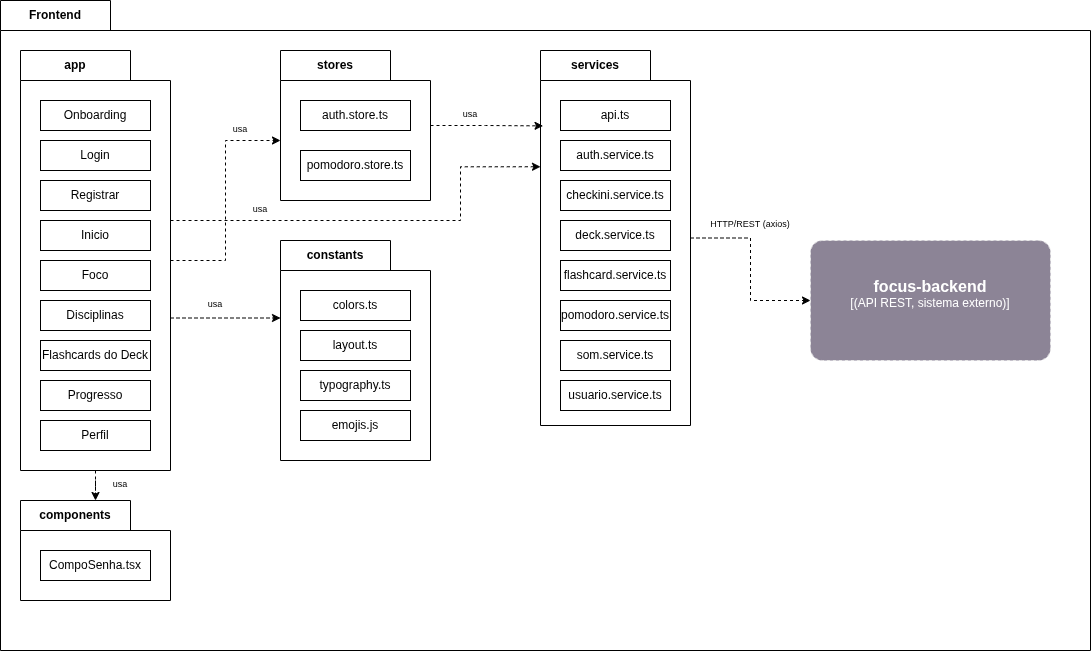
H0lzz/TCC1.2 keeps this draw.io diagram as latex/Imagens/DiagramaPacotesFrontend.png. Above is the earlier version. Source tidied: cells renumbered, new cells last; positions are measured from the earlier drawing's top-left corner, leaving out a move shared by most shapes.
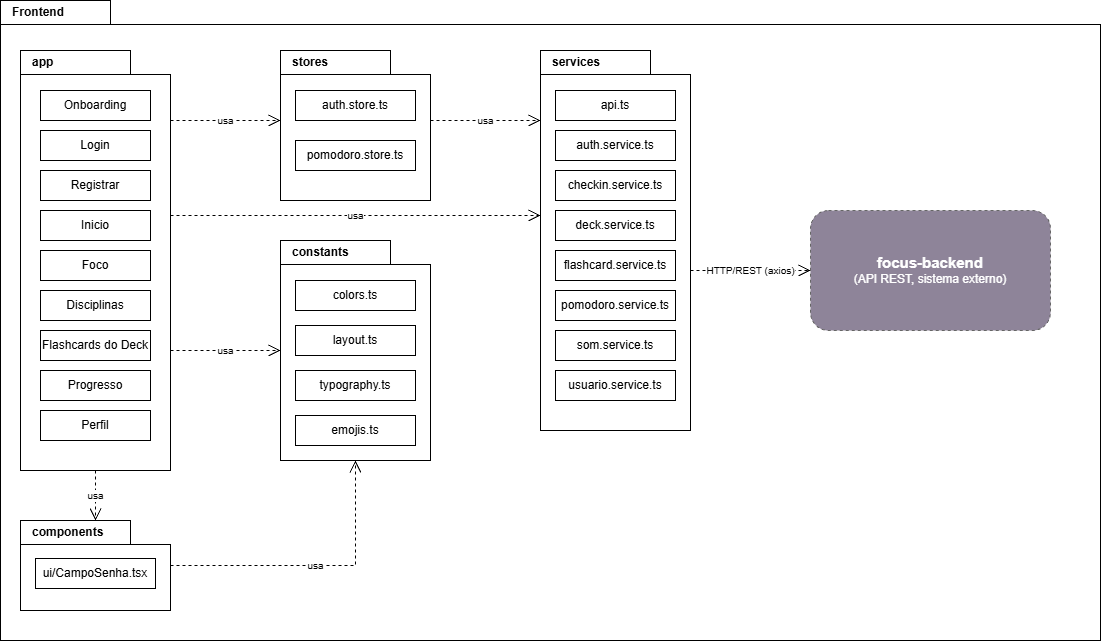
After the change.

Commit message:
corrige os diagramas de pacotes

The edit, as a diff of the source:
```diff
@@ -1,157 +1,124 @@
 <mxGraphModel>
   <root>
-    <mxCell id="0" />
-    <mxCell id="1" parent="0" />
+    <mxCell id="45" />
+    <mxCell id="46" parent="45" />
-    <mxCell id="2" value="Frontend" style="shape=folder;fontStyle=1;tabWidth=110;tabHeight=30;tabPosition=left;html=1;boundedLbl=1;labelInHeader=1;whiteSpace=wrap;" parent="1" vertex="1">
-      <mxGeometry width="1090" height="650" as="geometry" />
+    <mxCell id="2" value="Frontend" style="shape=folder;fontStyle=1;tabWidth=110;tabHeight=24;tabPosition=left;html=1;whiteSpace=wrap;verticalAlign=top;align=left;spacingLeft=10;spacingTop=-2;fillColor=none;" parent="46" vertex="1">
+      <mxGeometry width="1100" height="640" as="geometry" />
     </mxCell>
-    <mxCell id="3" style="edgeStyle=orthogonalEdgeStyle;rounded=0;jettySize=auto;html=1;defaultLabelBackgroundColor=page;dashed=1;" parent="2" edge="1" source="4" target="14">
-      <mxGeometry relative="1" as="geometry" />
-    </mxCell>
-    <mxCell id="4" value="app" style="shape=folder;fontStyle=1;tabWidth=110;tabHeight=30;tabPosition=left;html=1;boundedLbl=1;labelInHeader=1;whiteSpace=wrap;" parent="2" vertex="1">
+    <mxCell id="4" value="app" style="shape=folder;fontStyle=1;tabWidth=110;tabHeight=24;tabPosition=left;html=1;whiteSpace=wrap;verticalAlign=top;align=left;spacingLeft=10;spacingTop=-2;fillColor=#FFFFFF;" parent="46" vertex="1">
       <mxGeometry x="20" y="50" width="150" height="420" as="geometry" />
     </mxCell>
-    <mxCell id="5" value="Onboarding" style="html=1;whiteSpace=wrap;" parent="4" vertex="1">
-      <mxGeometry width="110" height="30" relative="1" as="geometry">
-        <mxPoint x="20" y="50" as="offset" />
-      </mxGeometry>
+    <mxCell id="5" value="Onboarding" style="rounded=0;whiteSpace=wrap;html=1;fillColor=#FFFFFF;fontSize=12;" parent="4" vertex="1">
+      <mxGeometry x="20" y="40" width="110" height="30" as="geometry" />
     </mxCell>
-    <mxCell id="6" value="Login" style="html=1;whiteSpace=wrap;" parent="4" vertex="1">
-      <mxGeometry x="20" y="90" width="110" height="30" as="geometry" />
+    <mxCell id="6" value="Login" style="rounded=0;whiteSpace=wrap;html=1;fillColor=#FFFFFF;fontSize=12;" parent="4" vertex="1">
+      <mxGeometry x="20" y="80" width="110" height="30" as="geometry" />
     </mxCell>
-    <mxCell id="7" value="Registrar" style="html=1;whiteSpace=wrap;" parent="4" vertex="1">
-      <mxGeometry x="20" y="130" width="110" height="30" as="geometry" />
+    <mxCell id="7" value="Registrar" style="rounded=0;whiteSpace=wrap;html=1;fillColor=#FFFFFF;fontSize=12;" parent="4" vertex="1">
+      <mxGeometry x="20" y="120" width="110" height="30" as="geometry" />
     </mxCell>
-    <mxCell id="8" value="Inicio" style="html=1;whiteSpace=wrap;" parent="4" vertex="1">
-      <mxGeometry x="20" y="170" width="110" height="30" as="geometry" />
+    <mxCell id="8" value="Inicio" style="rounded=0;whiteSpace=wrap;html=1;fillColor=#FFFFFF;fontSize=12;" parent="4" vertex="1">
+      <mxGeometry x="20" y="160" width="110" height="30" as="geometry" />
     </mxCell>
-    <mxCell id="9" value="Foco" style="html=1;whiteSpace=wrap;" parent="4" vertex="1">
-      <mxGeometry x="20" y="210" width="110" height="30" as="geometry" />
+    <mxCell id="9" value="Foco" style="rounded=0;whiteSpace=wrap;html=1;fillColor=#FFFFFF;fontSize=12;" parent="4" vertex="1">
+      <mxGeometry x="20" y="200" width="110" height="30" as="geometry" />
     </mxCell>
-    <mxCell id="10" value="Disciplinas" style="html=1;whiteSpace=wrap;" parent="4" vertex="1">
-      <mxGeometry x="20" y="250" width="110" height="30" as="geometry" />
+    <mxCell id="10" value="Disciplinas" style="rounded=0;whiteSpace=wrap;html=1;fillColor=#FFFFFF;fontSize=12;" parent="4" vertex="1">
+      <mxGeometry x="20" y="240" width="110" height="30" as="geometry" />
     </mxCell>
-    <mxCell id="11" value="Flashcards do Deck" style="html=1;whiteSpace=wrap;" parent="4" vertex="1">
-      <mxGeometry x="20" y="290" width="110" height="30" as="geometry" />
+    <mxCell id="11" value="Flashcards do Deck" style="rounded=0;whiteSpace=wrap;html=1;fillColor=#FFFFFF;fontSize=12;" parent="4" vertex="1">
+      <mxGeometry x="20" y="280" width="110" height="30" as="geometry" />
     </mxCell>
-    <mxCell id="12" value="Progresso" style="html=1;whiteSpace=wrap;" parent="4" vertex="1">
-      <mxGeometry x="20" y="330" width="110" height="30" as="geometry" />
+    <mxCell id="12" value="Progresso" style="rounded=0;whiteSpace=wrap;html=1;fillColor=#FFFFFF;fontSize=12;" parent="4" vertex="1">
+      <mxGeometry x="20" y="320" width="110" height="30" as="geometry" />
     </mxCell>
-    <mxCell id="13" value="Perfil" style="html=1;whiteSpace=wrap;" parent="4" vertex="1">
-      <mxGeometry x="20" y="370" width="110" height="30" as="geometry" />
+    <mxCell id="13" value="Perfil" style="rounded=0;whiteSpace=wrap;html=1;fillColor=#FFFFFF;fontSize=12;" parent="4" vertex="1">
+      <mxGeometry x="20" y="360" width="110" height="30" as="geometry" />
     </mxCell>
-    <mxCell id="14" value="components" style="shape=folder;fontStyle=1;tabWidth=110;tabHeight=30;tabPosition=left;html=1;boundedLbl=1;labelInHeader=1;whiteSpace=wrap;" parent="2" vertex="1">
-      <mxGeometry x="20" y="500" width="150" height="100" as="geometry" />
+    <mxCell id="14" value="components" style="shape=folder;fontStyle=1;tabWidth=110;tabHeight=24;tabPosition=left;html=1;whiteSpace=wrap;verticalAlign=top;align=left;spacingLeft=10;spacingTop=-2;fillColor=#FFFFFF;" parent="46" vertex="1">
+      <mxGeometry x="20" y="520" width="150" height="90" as="geometry" />
     </mxCell>
-    <mxCell id="15" value="CompoSenha.tsx" style="html=1;whiteSpace=wrap;" parent="14" vertex="1">
-      <mxGeometry width="110" height="30" relative="1" as="geometry">
-        <mxPoint x="20" y="50" as="offset" />
-      </mxGeometry>
-    </mxCell>
+    <mxCell id="47" value="ui/CampoSenha.tsx" style="rounded=0;whiteSpace=wrap;html=1;fillColor=#FFFFFF;fontSize=12;" parent="14" vertex="1">
+      <mxGeometry x="15" y="38" width="120" height="30" as="geometry" />
+    </mxCell>
-    <mxCell id="16" value="stores" style="shape=folder;fontStyle=1;tabWidth=110;tabHeight=30;tabPosition=left;html=1;boundedLbl=1;labelInHeader=1;whiteSpace=wrap;" parent="2" vertex="1">
+    <mxCell id="16" value="stores" style="shape=folder;fontStyle=1;tabWidth=110;tabHeight=24;tabPosition=left;html=1;whiteSpace=wrap;verticalAlign=top;align=left;spacingLeft=10;spacingTop=-2;fillColor=#FFFFFF;" parent="46" vertex="1">
       <mxGeometry x="280" y="50" width="150" height="150" as="geometry" />
     </mxCell>
-    <mxCell id="17" value="auth.store.ts" style="html=1;whiteSpace=wrap;" parent="16" vertex="1">
-      <mxGeometry width="110" height="30" relative="1" as="geometry">
-        <mxPoint x="20" y="50" as="offset" />
-      </mxGeometry>
+    <mxCell id="17" value="auth.store.ts" style="rounded=0;whiteSpace=wrap;html=1;fillColor=#FFFFFF;fontSize=12;" parent="16" vertex="1">
+      <mxGeometry x="15" y="40" width="120" height="30" as="geometry" />
     </mxCell>
-    <mxCell id="18" value="pomodoro.store.ts" style="html=1;whiteSpace=wrap;" parent="16" vertex="1">
-      <mxGeometry x="20" y="100" width="110" height="30" as="geometry" />
+    <mxCell id="18" value="pomodoro.store.ts" style="rounded=0;whiteSpace=wrap;html=1;fillColor=#FFFFFF;fontSize=12;" parent="16" vertex="1">
+      <mxGeometry x="15" y="90" width="120" height="30" as="geometry" />
     </mxCell>
-    <mxCell id="19" value="constants" style="shape=folder;fontStyle=1;tabWidth=110;tabHeight=30;tabPosition=left;html=1;boundedLbl=1;labelInHeader=1;whiteSpace=wrap;" parent="2" vertex="1">
+    <mxCell id="19" value="constants" style="shape=folder;fontStyle=1;tabWidth=110;tabHeight=24;tabPosition=left;html=1;whiteSpace=wrap;verticalAlign=top;align=left;spacingLeft=10;spacingTop=-2;fillColor=#FFFFFF;" parent="46" vertex="1">
       <mxGeometry x="280" y="240" width="150" height="220" as="geometry" />
     </mxCell>
-    <mxCell id="20" value="colors.ts" style="html=1;whiteSpace=wrap;" parent="19" vertex="1">
-      <mxGeometry width="110" height="30" relative="1" as="geometry">
-        <mxPoint x="20" y="50" as="offset" />
-      </mxGeometry>
+    <mxCell id="20" value="colors.ts" style="rounded=0;whiteSpace=wrap;html=1;fillColor=#FFFFFF;fontSize=12;" parent="19" vertex="1">
+      <mxGeometry x="15" y="40" width="120" height="30" as="geometry" />
     </mxCell>
-    <mxCell id="21" value="layout.ts" style="html=1;whiteSpace=wrap;" parent="19" vertex="1">
-      <mxGeometry x="20" y="90" width="110" height="30" as="geometry" />
+    <mxCell id="21" value="layout.ts" style="rounded=0;whiteSpace=wrap;html=1;fillColor=#FFFFFF;fontSize=12;" parent="19" vertex="1">
+      <mxGeometry x="15" y="85" width="120" height="30" as="geometry" />
     </mxCell>
-    <mxCell id="22" value="typography.ts" style="html=1;whiteSpace=wrap;" parent="19" vertex="1">
-      <mxGeometry x="20" y="130" width="110" height="30" as="geometry" />
+    <mxCell id="22" value="typography.ts" style="rounded=0;whiteSpace=wrap;html=1;fillColor=#FFFFFF;fontSize=12;" parent="19" vertex="1">
+      <mxGeometry x="15" y="130" width="120" height="30" as="geometry" />
     </mxCell>
-    <mxCell id="23" value="emojis.js" style="html=1;whiteSpace=wrap;" parent="19" vertex="1">
-      <mxGeometry x="20" y="170" width="110" height="30" as="geometry" />
-    </mxCell>
-    <mxCell id="24" style="edgeStyle=orthogonalEdgeStyle;rounded=0;jettySize=auto;html=1;defaultLabelBackgroundColor=page;dashed=1;" parent="2" edge="1" source="25" target="34">
-      <mxGeometry relative="1" as="geometry" />
-    </mxCell>
+    <mxCell id="48" value="emojis.ts" style="rounded=0;whiteSpace=wrap;html=1;fillColor=#FFFFFF;fontSize=12;" parent="19" vertex="1">
+      <mxGeometry x="15" y="175" width="120" height="30" as="geometry" />
+    </mxCell>
-    <mxCell id="25" value="services" style="shape=folder;fontStyle=1;tabWidth=110;tabHeight=30;tabPosition=left;html=1;boundedLbl=1;labelInHeader=1;whiteSpace=wrap;" parent="2" vertex="1">
-      <mxGeometry x="540" y="50" width="150" height="375" as="geometry" />
+    <mxCell id="25" value="services" style="shape=folder;fontStyle=1;tabWidth=110;tabHeight=24;tabPosition=left;html=1;whiteSpace=wrap;verticalAlign=top;align=left;spacingLeft=10;spacingTop=-2;fillColor=#FFFFFF;" parent="46" vertex="1">
+      <mxGeometry x="540" y="50" width="150" height="380" as="geometry" />
     </mxCell>
-    <mxCell id="26" value="api.ts" style="html=1;whiteSpace=wrap;" parent="25" vertex="1">
-      <mxGeometry width="110" height="30" relative="1" as="geometry">
-        <mxPoint x="20" y="50" as="offset" />
-      </mxGeometry>
+    <mxCell id="26" value="api.ts" style="rounded=0;whiteSpace=wrap;html=1;fillColor=#FFFFFF;fontSize=12;" parent="25" vertex="1">
+      <mxGeometry x="15" y="40" width="120" height="30" as="geometry" />
     </mxCell>
-    <mxCell id="27" value="auth.service.ts" style="html=1;whiteSpace=wrap;" parent="25" vertex="1">
-      <mxGeometry x="20" y="90" width="110" height="30" as="geometry" />
+    <mxCell id="27" value="auth.service.ts" style="rounded=0;whiteSpace=wrap;html=1;fillColor=#FFFFFF;fontSize=12;" parent="25" vertex="1">
+      <mxGeometry x="15" y="80" width="120" height="30" as="geometry" />
     </mxCell>
-    <mxCell id="28" value="checkini.service.ts" style="html=1;whiteSpace=wrap;" parent="25" vertex="1">
-      <mxGeometry x="20" y="130" width="110" height="30" as="geometry" />
-    </mxCell>
+    <mxCell id="49" value="checkin.service.ts" style="rounded=0;whiteSpace=wrap;html=1;fillColor=#FFFFFF;fontSize=12;" parent="25" vertex="1">
+      <mxGeometry x="15" y="120" width="120" height="30" as="geometry" />
+    </mxCell>
-    <mxCell id="29" value="deck.service.ts" style="html=1;whiteSpace=wrap;" parent="25" vertex="1">
-      <mxGeometry x="20" y="170" width="110" height="30" as="geometry" />
+    <mxCell id="29" value="deck.service.ts" style="rounded=0;whiteSpace=wrap;html=1;fillColor=#FFFFFF;fontSize=12;" parent="25" vertex="1">
+      <mxGeometry x="15" y="160" width="120" height="30" as="geometry" />
     </mxCell>
-    <mxCell id="30" value="flashcard.service.ts" style="html=1;whiteSpace=wrap;" parent="25" vertex="1">
-      <mxGeometry x="20" y="210" width="110" height="30" as="geometry" />
+    <mxCell id="30" value="flashcard.service.ts" style="rounded=0;whiteSpace=wrap;html=1;fillColor=#FFFFFF;fontSize=12;" parent="25" vertex="1">
+      <mxGeometry x="15" y="200" width="120" height="30" as="geometry" />
     </mxCell>
-    <mxCell id="31" value="pomodoro.service.ts" style="html=1;whiteSpace=wrap;" parent="25" vertex="1">
-      <mxGeometry x="20" y="250" width="110" height="30" as="geometry" />
+    <mxCell id="31" value="pomodoro.service.ts" style="rounded=0;whiteSpace=wrap;html=1;fillColor=#FFFFFF;fontSize=12;" parent="25" vertex="1">
+      <mxGeometry x="15" y="240" width="120" height="30" as="geometry" />
     </mxCell>
-    <mxCell id="32" value="som.service.ts" style="html=1;whiteSpace=wrap;" parent="25" vertex="1">
-      <mxGeometry x="20" y="290" width="110" height="30" as="geometry" />
+    <mxCell id="32" value="som.service.ts" style="rounded=0;whiteSpace=wrap;html=1;fillColor=#FFFFFF;fontSize=12;" parent="25" vertex="1">
+      <mxGeometry x="15" y="280" width="120" height="30" as="geometry" />
     </mxCell>
-    <mxCell id="33" value="usuario.service.ts" style="html=1;whiteSpace=wrap;" parent="25" vertex="1">
-      <mxGeometry x="20" y="330" width="110" height="30" as="geometry" />
+    <mxCell id="33" value="usuario.service.ts" style="rounded=0;whiteSpace=wrap;html=1;fillColor=#FFFFFF;fontSize=12;" parent="25" vertex="1">
+      <mxGeometry x="15" y="320" width="120" height="30" as="geometry" />
     </mxCell>
-    <object id="34" label="&lt;font style=&quot;font-size: 16px&quot;&gt;&lt;b&gt;%c4Name%&lt;/b&gt;&lt;/font&gt;&lt;div&gt;[%c4Type%]&lt;/div&gt;&lt;br&gt;&lt;div&gt;&lt;font style=&quot;font-size: 11px&quot;&gt;&lt;font color=&quot;#cccccc&quot;&gt;%c4Description%&lt;/font&gt;&lt;/div&gt;" c4Description="" c4Name="focus-backend" c4Type="(API REST, sistema externo)" placeholders="1">
-      <mxCell style="rounded=1;whiteSpace=wrap;html=1;labelBackgroundColor=none;fillColor=#8C8496;fontColor=#ffffff;align=center;arcSize=10;strokeColor=#E6E6E6;points=[[0.25,0,0],[0.5,0,0],[0.75,0,0],[1,0.25,0],[1,0.5,0],[1,0.75,0],[0.75,1,0],[0.5,1,0],[0.25,1,0],[0,0.75,0],[0,0.5,0],[0,0.25,0]];dashed=1;" parent="2" vertex="1">
-        <mxGeometry x="810" y="240" width="240" height="120" as="geometry" />
-      </mxCell>
-    </object>
+    <mxCell id="50" value="&lt;b style=&quot;font-size:15px&quot;&gt;focus-backend&lt;/b&gt;&lt;br&gt;(API REST, sistema externo)" style="rounded=1;whiteSpace=wrap;html=1;fillColor=#8E8499;fontColor=#FFFFFF;strokeColor=#666666;dashed=1;" parent="46" vertex="1">
+      <mxGeometry x="810" y="210" width="240" height="120" as="geometry" />
+    </mxCell>
-    <mxCell id="35" style="edgeStyle=orthogonalEdgeStyle;rounded=0;jettySize=auto;html=1;entryX=0;entryY=0.5;entryDx=0;entryDy=15;entryPerimeter=0;defaultLabelBackgroundColor=page;dashed=1;" parent="2" edge="1" source="4" target="16">
+    <mxCell id="35" value="usa" style="endArrow=open;endSize=10;dashed=1;html=1;rounded=0;fontSize=10;labelBackgroundColor=#FFFFFF;exitX=1;exitY=0.1667;exitDx=0;exitDy=0;entryX=0.0000;entryY=0.4667;entryDx=0;entryDy=0;" parent="46" edge="1" source="4" target="16">
       <mxGeometry relative="1" as="geometry" />
     </mxCell>
-    <mxCell id="36" style="edgeStyle=orthogonalEdgeStyle;rounded=0;jettySize=auto;html=1;entryX=0;entryY=0.25;entryDx=0;entryDy=22.5;entryPerimeter=0;defaultLabelBackgroundColor=page;dashed=1;" parent="2" edge="1" source="4" target="25">
-      <mxGeometry relative="1" as="geometry">
-        <Array as="points">
-          <mxPoint x="460" y="220" />
-          <mxPoint x="460" y="166.3" />
-        </Array>
-      </mxGeometry>
+    <mxCell id="36" value="usa" style="endArrow=open;endSize=10;dashed=1;html=1;rounded=0;fontSize=10;labelBackgroundColor=#FFFFFF;exitX=1;exitY=0.3929;exitDx=0;exitDy=0;entryX=0.0000;entryY=0.4342;entryDx=0;entryDy=0;" parent="46" edge="1" source="4" target="25">
+      <mxGeometry relative="1" as="geometry" />
     </mxCell>
-    <mxCell id="37" style="edgeStyle=orthogonalEdgeStyle;rounded=0;jettySize=auto;html=1;entryX=0;entryY=0.25;entryDx=0;entryDy=22.5;entryPerimeter=0;defaultLabelBackgroundColor=page;dashed=1;" parent="2" edge="1" source="4" target="19">
-      <mxGeometry relative="1" as="geometry">
-        <Array as="points">
-          <mxPoint x="200" y="317.5" />
-          <mxPoint x="200" y="317.5" />
-        </Array>
-      </mxGeometry>
+    <mxCell id="37" value="usa" style="endArrow=open;endSize=10;dashed=1;html=1;rounded=0;fontSize=10;labelBackgroundColor=#FFFFFF;exitX=1;exitY=0.7143;exitDx=0;exitDy=0;entryX=0.0000;entryY=0.5000;entryDx=0;entryDy=0;" parent="46" edge="1" source="4" target="19">
+      <mxGeometry relative="1" as="geometry" />
     </mxCell>
+    <mxCell id="3" value="usa" style="endArrow=open;endSize=10;dashed=1;html=1;rounded=0;fontSize=10;labelBackgroundColor=#FFFFFF;exitX=0.5;exitY=1.0000;exitDx=0;exitDy=0;entryX=0.5000;entryY=0.0000;entryDx=0;entryDy=0;" parent="46" edge="1" source="4" target="14">
+      <mxGeometry relative="1" as="geometry" />
+    </mxCell>
-    <mxCell id="38" style="edgeStyle=orthogonalEdgeStyle;rounded=0;jettySize=auto;html=1;entryX=0.017;entryY=0.201;entryDx=0;entryDy=0;entryPerimeter=0;defaultLabelBackgroundColor=page;dashed=1;" parent="2" edge="1" source="16" target="25">
+    <mxCell id="38" value="usa" style="endArrow=open;endSize=10;dashed=1;html=1;rounded=0;fontSize=10;labelBackgroundColor=#FFFFFF;exitX=1;exitY=0.4667;exitDx=0;exitDy=0;entryX=0.0000;entryY=0.1842;entryDx=0;entryDy=0;" parent="46" edge="1" source="16" target="25">
       <mxGeometry relative="1" as="geometry" />
     </mxCell>
-    <mxCell id="39" value="&lt;font style=&quot;font-size: 9px;&quot;&gt;usa&lt;/font&gt;" style="text;html=1;whiteSpace=wrap;strokeColor=none;fillColor=none;align=center;verticalAlign=middle;rounded=0;" parent="2" vertex="1">
-      <mxGeometry x="220" y="115" width="40" height="25" as="geometry" />
-    </mxCell>
-    <mxCell id="40" value="&lt;font style=&quot;font-size: 9px;&quot;&gt;usa&lt;/font&gt;" style="text;html=1;whiteSpace=wrap;strokeColor=none;fillColor=none;align=center;verticalAlign=middle;rounded=0;" parent="2" vertex="1">
-      <mxGeometry x="240" y="195" width="40" height="25" as="geometry" />
-    </mxCell>
-    <mxCell id="41" value="&lt;font style=&quot;font-size: 9px;&quot;&gt;usa&lt;/font&gt;" style="text;html=1;whiteSpace=wrap;strokeColor=none;fillColor=none;align=center;verticalAlign=middle;rounded=0;" parent="2" vertex="1">
-      <mxGeometry x="450" y="100" width="40" height="25" as="geometry" />
-    </mxCell>
-    <mxCell id="42" value="&lt;font style=&quot;font-size: 9px;&quot;&gt;usa&lt;/font&gt;" style="text;html=1;whiteSpace=wrap;strokeColor=none;fillColor=none;align=center;verticalAlign=middle;rounded=0;" parent="2" vertex="1">
-      <mxGeometry x="195" y="290" width="40" height="25" as="geometry" />
-    </mxCell>
-    <mxCell id="43" value="&lt;font style=&quot;font-size: 9px;&quot;&gt;usa&lt;/font&gt;" style="text;html=1;whiteSpace=wrap;strokeColor=none;fillColor=none;align=center;verticalAlign=middle;rounded=0;" parent="2" vertex="1">
-      <mxGeometry x="100" y="470" width="40" height="25" as="geometry" />
-    </mxCell>
+    <mxCell id="51" value="usa" style="endArrow=open;endSize=10;dashed=1;html=1;rounded=0;fontSize=10;labelBackgroundColor=#FFFFFF;exitX=1;exitY=0.5000;exitDx=0;exitDy=0;entryX=0.5000;entryY=1.0000;entryDx=0;entryDy=0;" parent="46" edge="1" source="14" target="19">
+      <mxGeometry relative="1" as="geometry">
+        <Array as="points">
+          <mxPoint x="355" y="565" />
+        </Array>
+      </mxGeometry>
+    </mxCell>
-    <mxCell id="44" value="&lt;font style=&quot;font-size: 9px;&quot;&gt;HTTP/REST (axios)&lt;/font&gt;" style="text;html=1;whiteSpace=wrap;strokeColor=none;fillColor=none;align=center;verticalAlign=middle;rounded=0;" parent="2" vertex="1">
-      <mxGeometry x="700" y="210" width="100" height="25" as="geometry" />
+    <mxCell id="44" value="HTTP/REST (axios)" style="endArrow=open;endSize=10;dashed=1;html=1;rounded=0;fontSize=10;labelBackgroundColor=#FFFFFF;exitX=1;exitY=0.5789;exitDx=0;exitDy=0;entryX=0.0000;entryY=0.5000;entryDx=0;entryDy=0;" parent="46" edge="1" source="25" target="50">
+      <mxGeometry relative="1" as="geometry" />
     </mxCell>
   </root>
 </mxGraphModel>
```
